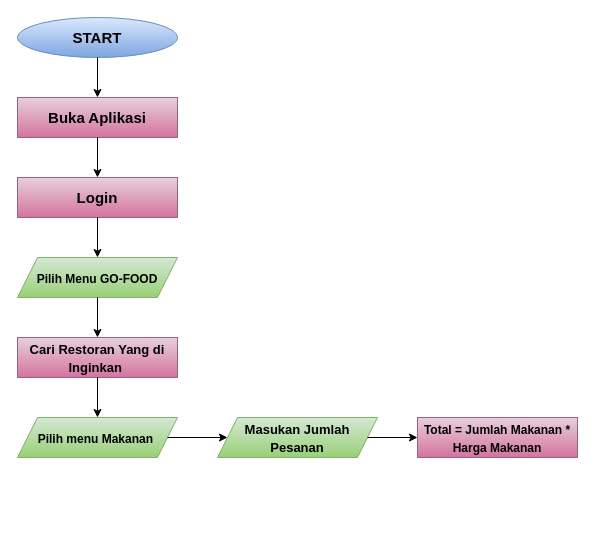
Earlier version of the draw.io diagram flowchart.drawio (AinunNafisah-FE2787774/ainun_nafisah-go_food_Online). Source tidied: cells renumbered, new cells numbered last; positions are measured from the earlier drawing's top-left corner, leaving out a move shared by most shapes. Both pictures are drawn from the tidied source at 100%, with x=0, y=0 at pixel (17, 17).
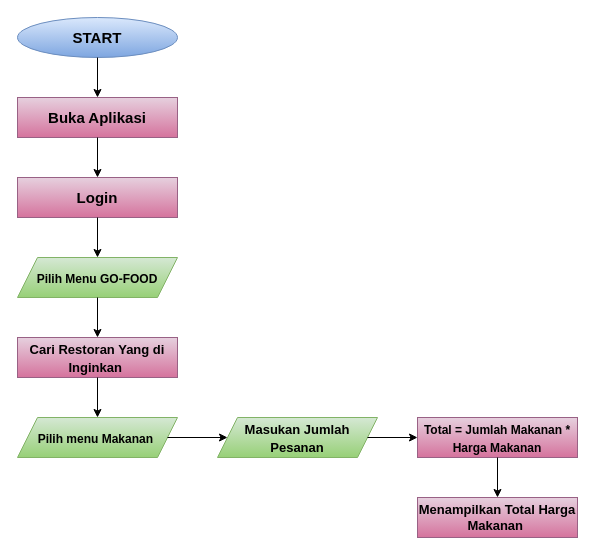
The same diagram, later.

Commit message:
Add Order Payment Flow

Change to the diagram source:
```diff
@@
 <mxGraphModel>
   <root>
     <mxCell id="0" />
     <mxCell id="1" parent="0" />
     <mxCell id="2" value="&lt;font color=&quot;#000000&quot; size=&quot;1&quot;&gt;&lt;b style=&quot;font-size: 15px&quot;&gt;START&lt;/b&gt;&lt;/font&gt;" style="ellipse;whiteSpace=wrap;html=1;fillColor=#dae8fc;gradientColor=#7ea6e0;strokeColor=#6c8ebf;" parent="1" vertex="1">
       <mxGeometry width="160" height="40" as="geometry" />
     </mxCell>
     <mxCell id="3" value="&lt;b&gt;&lt;font style=&quot;font-size: 15px&quot;&gt;Buka Aplikasi&lt;/font&gt;&lt;/b&gt;" style="rounded=0;whiteSpace=wrap;html=1;fillColor=#e6d0de;gradientColor=#d5739d;strokeColor=#996185;" parent="1" vertex="1">
       <mxGeometry y="80" width="160" height="40" as="geometry" />
     </mxCell>
     <mxCell id="4" style="endArrow=classic;html=1;exitX=0.5;exitY=1;exitDx=0;exitDy=0;entryX=0.5;entryY=0;entryDx=0;entryDy=0;" parent="1" edge="1" source="2" target="3">
       <mxGeometry relative="1" as="geometry" />
     </mxCell>
     <mxCell id="5" value="&lt;b&gt;&lt;font style=&quot;font-size: 15px&quot;&gt;Login&lt;/font&gt;&lt;/b&gt;" style="rounded=0;whiteSpace=wrap;html=1;fillColor=#e6d0de;gradientColor=#d5739d;strokeColor=#996185;" parent="1" vertex="1">
       <mxGeometry y="160" width="160" height="40" as="geometry" />
     </mxCell>
     <mxCell id="6" style="endArrow=classic;html=1;exitX=0.5;exitY=1;exitDx=0;exitDy=0;entryX=0.5;entryY=0;entryDx=0;entryDy=0;" parent="1" edge="1" source="3" target="5">
       <mxGeometry relative="1" as="geometry" />
     </mxCell>
     <mxCell id="7" value="&lt;b&gt;&lt;font style=&quot;font-size: 12px&quot; color=&quot;#000000&quot;&gt;Pilih Menu GO-FOOD&lt;/font&gt;&lt;/b&gt;" style="shape=parallelogram;perimeter=parallelogramPerimeter;whiteSpace=wrap;html=1;fixedSize=1;fontSize=15;fillColor=#d5e8d4;gradientColor=#97d077;strokeColor=#82b366;" parent="1" vertex="1">
       <mxGeometry y="240" width="160" height="40" as="geometry" />
     </mxCell>
     <mxCell id="8" value="&lt;b&gt;&lt;font style=&quot;font-size: 13px&quot;&gt;Cari Restoran Yang di Inginkan&amp;nbsp;&lt;/font&gt;&lt;/b&gt;" style="rounded=0;whiteSpace=wrap;html=1;fontSize=15;fillColor=#e6d0de;gradientColor=#d5739d;strokeColor=#996185;" parent="1" vertex="1">
       <mxGeometry y="320" width="160" height="40" as="geometry" />
     </mxCell>
     <mxCell id="9" value="&lt;b&gt;&lt;font style=&quot;font-size: 12px&quot; color=&quot;#000000&quot;&gt;Pilih menu Makanan&amp;nbsp;&lt;/font&gt;&lt;/b&gt;" style="shape=parallelogram;perimeter=parallelogramPerimeter;whiteSpace=wrap;html=1;fixedSize=1;fontSize=15;fillColor=#d5e8d4;gradientColor=#97d077;strokeColor=#82b366;" parent="1" vertex="1">
       <mxGeometry y="400" width="160" height="40" as="geometry" />
     </mxCell>
     <mxCell id="10" style="endArrow=classic;html=1;fontSize=15;fontColor=#000000;exitX=0.5;exitY=1;exitDx=0;exitDy=0;entryX=0.5;entryY=0;entryDx=0;entryDy=0;" parent="1" edge="1" source="5" target="7">
       <mxGeometry relative="1" as="geometry" />
     </mxCell>
     <mxCell id="11" style="endArrow=classic;html=1;fontSize=15;fontColor=#000000;exitX=0.5;exitY=1;exitDx=0;exitDy=0;entryX=0.5;entryY=0;entryDx=0;entryDy=0;" parent="1" edge="1" source="7" target="8">
       <mxGeometry relative="1" as="geometry" />
     </mxCell>
     <mxCell id="12" style="endArrow=classic;html=1;fontSize=15;fontColor=#000000;exitX=0.5;exitY=1;exitDx=0;exitDy=0;entryX=0.5;entryY=0;entryDx=0;entryDy=0;" parent="1" edge="1" source="8" target="9">
       <mxGeometry relative="1" as="geometry" />
     </mxCell>
     <mxCell id="13" value="&lt;b&gt;&lt;font color=&quot;#000000&quot; style=&quot;font-size: 13px&quot;&gt;Masukan Jumlah Pesanan&lt;/font&gt;&lt;/b&gt;" style="shape=parallelogram;perimeter=parallelogramPerimeter;whiteSpace=wrap;html=1;fixedSize=1;fontSize=15;fillColor=#d5e8d4;gradientColor=#97d077;strokeColor=#82b366;" parent="1" vertex="1">
       <mxGeometry x="200" y="400" width="160" height="40" as="geometry" />
     </mxCell>
     <mxCell id="14" value="&lt;font style=&quot;font-size: 12px&quot;&gt;&lt;b&gt;Total = Jumlah Makanan * Harga Makanan&lt;/b&gt;&lt;/font&gt;" style="rounded=0;whiteSpace=wrap;html=1;fontSize=15;fillColor=#e6d0de;gradientColor=#d5739d;strokeColor=#996185;" parent="1" vertex="1">
       <mxGeometry x="400" y="400" width="160" height="40" as="geometry" />
     </mxCell>
     <mxCell id="15" style="endArrow=classic;html=1;fontSize=15;fontColor=#000000;exitX=1;exitY=0.5;exitDx=0;exitDy=0;entryX=0;entryY=0.5;entryDx=0;entryDy=0;" parent="1" edge="1" source="13" target="14">
       <mxGeometry relative="1" as="geometry" />
     </mxCell>
     <mxCell id="16" style="endArrow=classic;html=1;fontSize=15;fontColor=#000000;exitX=1;exitY=0.5;exitDx=0;exitDy=0;" parent="1" edge="1" source="9" target="13">
       <mxGeometry relative="1" as="geometry" />
     </mxCell>
+    <mxCell id="17" value="&lt;b&gt;&lt;font style=&quot;font-size: 13px&quot;&gt;Menampilkan Total Harga Makanan&amp;nbsp;&lt;/font&gt;&lt;/b&gt;" style="rounded=0;whiteSpace=wrap;html=1;fontSize=12;fillColor=#e6d0de;gradientColor=#d5739d;strokeColor=#996185;" parent="1" vertex="1">
+      <mxGeometry x="400" y="480" width="160" height="40" as="geometry" />
+    </mxCell>
+    <mxCell id="18" style="endArrow=classic;html=1;fontSize=12;fontColor=#000000;entryX=0.5;entryY=0;entryDx=0;entryDy=0;exitX=0.5;exitY=1;exitDx=0;exitDy=0;" parent="1" edge="1" source="14" target="17">
+      <mxGeometry relative="1" as="geometry" />
+    </mxCell>
   </root>
 </mxGraphModel>
```
